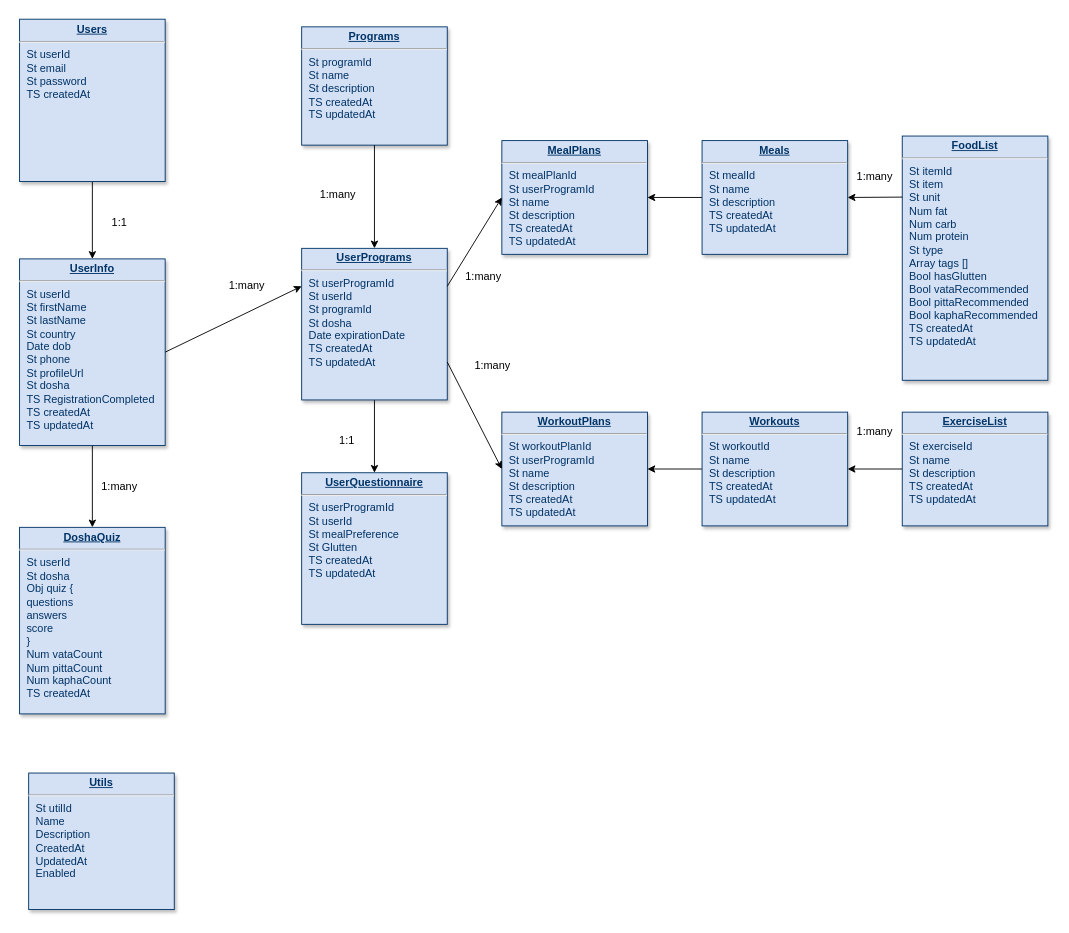
Earlier version of the draw.io diagram Prana Diagram.drawio (jhonnyoddball/mauro218). Source tidied: cells renumbered, new cells numbered last; positions are measured from the earlier drawing's top-left corner, leaving out a move shared by most shapes. Both pictures are drawn from the tidied source at 91%, with x=0, y=0 at pixel (19, 19).
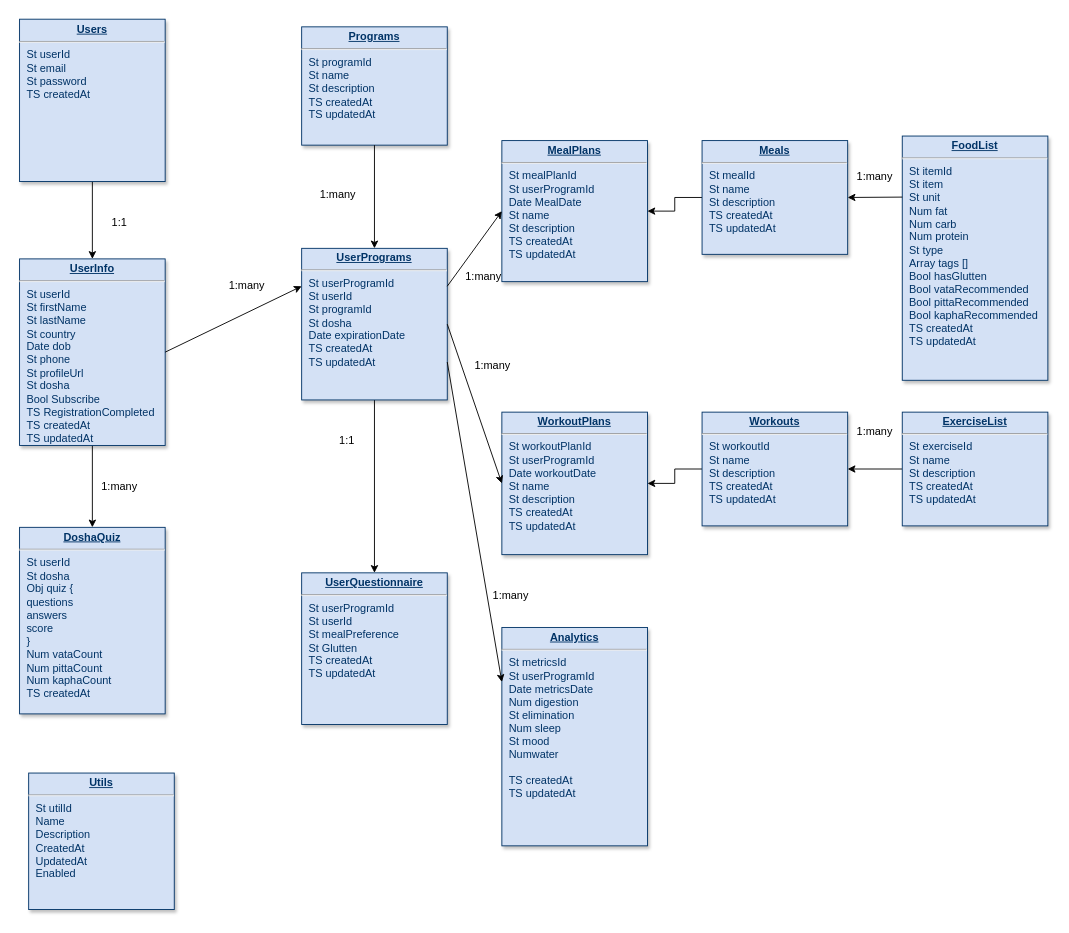
The same diagram, later.

The change refers to these unchanged cells:
```xml
<mxCell id="18" value="&lt;p style=&quot;margin: 0px ; margin-top: 4px ; text-align: center ; text-decoration: underline&quot;&gt;&lt;b&gt;UserPrograms&lt;/b&gt;&lt;/p&gt;&lt;hr&gt;&lt;p style=&quot;margin: 0px ; margin-left: 8px&quot;&gt;St userProgramId&lt;/p&gt;&lt;p style=&quot;margin: 0px ; margin-left: 8px&quot;&gt;St userId&lt;/p&gt;&lt;p style=&quot;margin: 0px ; margin-left: 8px&quot;&gt;St programId&lt;/p&gt;&lt;p style=&quot;margin: 0px ; margin-left: 8px&quot;&gt;St dosha&lt;/p&gt;&lt;p style=&quot;margin: 0px ; margin-left: 8px&quot;&gt;Date expirationDate&lt;/p&gt;&lt;p style=&quot;margin: 0px ; margin-left: 8px&quot;&gt;TS createdAt&lt;/p&gt;&lt;p style=&quot;margin: 0px ; margin-left: 8px&quot;&gt;TS updatedAt&lt;/p&gt;&lt;p style=&quot;margin: 0px ; margin-left: 8px&quot;&gt;&lt;br&gt;&lt;/p&gt;" style="verticalAlign=top;align=left;overflow=fill;fontSize=12;fontFamily=Helvetica;html=1;strokeColor=#003366;shadow=1;fillColor=#D4E1F5;fontColor=#003366;" parent="1" vertex="1">
  <mxGeometry x="310" y="251.4" width="160" height="166.6" as="geometry" />
</mxCell>
```

Diff of the diagram source:
```diff
@@
-    <mxCell id="6" value="&lt;p style=&quot;margin: 0px ; margin-top: 4px ; text-align: center ; text-decoration: underline&quot;&gt;&lt;strong&gt;UserInfo&lt;/strong&gt;&lt;/p&gt;&lt;hr&gt;&lt;p style=&quot;margin: 0px ; margin-left: 8px&quot;&gt;St userId&lt;/p&gt;&lt;p style=&quot;margin: 0px ; margin-left: 8px&quot;&gt;St firstName&lt;/p&gt;&lt;p style=&quot;margin: 0px ; margin-left: 8px&quot;&gt;St lastName&lt;/p&gt;&lt;p style=&quot;margin: 0px ; margin-left: 8px&quot;&gt;St country&lt;/p&gt;&lt;p style=&quot;margin: 0px ; margin-left: 8px&quot;&gt;Date dob&lt;/p&gt;&lt;p style=&quot;margin: 0px ; margin-left: 8px&quot;&gt;St phone&lt;/p&gt;&lt;p style=&quot;margin: 0px ; margin-left: 8px&quot;&gt;St profileUrl&lt;/p&gt;&lt;p style=&quot;margin: 0px ; margin-left: 8px&quot;&gt;St dosha&lt;/p&gt;&lt;p style=&quot;margin: 0px ; margin-left: 8px&quot;&gt;TS RegistrationCompleted&lt;/p&gt;&lt;p style=&quot;margin: 0px ; margin-left: 8px&quot;&gt;TS createdAt&lt;/p&gt;&lt;p style=&quot;margin: 0px ; margin-left: 8px&quot;&gt;TS updatedAt&lt;/p&gt;" style="verticalAlign=top;align=left;overflow=fill;fontSize=12;fontFamily=Helvetica;html=1;strokeColor=#003366;shadow=1;fillColor=#D4E1F5;fontColor=#003366;" parent="1" vertex="1">
+    <mxCell id="6" value="&lt;p style=&quot;margin: 0px ; margin-top: 4px ; text-align: center ; text-decoration: underline&quot;&gt;&lt;strong&gt;UserInfo&lt;/strong&gt;&lt;/p&gt;&lt;hr&gt;&lt;p style=&quot;margin: 0px ; margin-left: 8px&quot;&gt;St userId&lt;/p&gt;&lt;p style=&quot;margin: 0px ; margin-left: 8px&quot;&gt;St firstName&lt;/p&gt;&lt;p style=&quot;margin: 0px ; margin-left: 8px&quot;&gt;St lastName&lt;/p&gt;&lt;p style=&quot;margin: 0px ; margin-left: 8px&quot;&gt;St country&lt;/p&gt;&lt;p style=&quot;margin: 0px ; margin-left: 8px&quot;&gt;Date dob&lt;/p&gt;&lt;p style=&quot;margin: 0px ; margin-left: 8px&quot;&gt;St phone&lt;/p&gt;&lt;p style=&quot;margin: 0px ; margin-left: 8px&quot;&gt;St profileUrl&lt;/p&gt;&lt;p style=&quot;margin: 0px ; margin-left: 8px&quot;&gt;St dosha&lt;/p&gt;&lt;p style=&quot;margin: 0px ; margin-left: 8px&quot;&gt;Bool Subscribe&lt;/p&gt;&lt;p style=&quot;margin: 0px ; margin-left: 8px&quot;&gt;TS RegistrationCompleted&lt;/p&gt;&lt;p style=&quot;margin: 0px ; margin-left: 8px&quot;&gt;TS createdAt&lt;/p&gt;&lt;p style=&quot;margin: 0px ; margin-left: 8px&quot;&gt;TS updatedAt&lt;/p&gt;" style="verticalAlign=top;align=left;overflow=fill;fontSize=12;fontFamily=Helvetica;html=1;strokeColor=#003366;shadow=1;fillColor=#D4E1F5;fontColor=#003366;" parent="1" vertex="1">
       <mxGeometry y="263" width="160" height="205" as="geometry" />
     </mxCell>
@@
-    <mxCell id="13" value="&lt;p style=&quot;margin: 0px ; margin-top: 4px ; text-align: center ; text-decoration: underline&quot;&gt;&lt;b&gt;MealPlans&lt;/b&gt;&lt;/p&gt;&lt;hr&gt;&lt;p style=&quot;margin: 0px ; margin-left: 8px&quot;&gt;St mealPlanId&lt;/p&gt;&lt;p style=&quot;margin: 0px ; margin-left: 8px&quot;&gt;St userProgramId&lt;/p&gt;&lt;p style=&quot;margin: 0px ; margin-left: 8px&quot;&gt;St name&lt;/p&gt;&lt;p style=&quot;margin: 0px ; margin-left: 8px&quot;&gt;St description&lt;/p&gt;&lt;p style=&quot;margin: 0px ; margin-left: 8px&quot;&gt;TS createdAt&lt;/p&gt;&lt;p style=&quot;margin: 0px ; margin-left: 8px&quot;&gt;TS updatedAt&lt;/p&gt;&lt;p style=&quot;margin: 0px ; margin-left: 8px&quot;&gt;&lt;br&gt;&lt;/p&gt;" style="verticalAlign=top;align=left;overflow=fill;fontSize=12;fontFamily=Helvetica;html=1;strokeColor=#003366;shadow=1;fillColor=#D4E1F5;fontColor=#003366;" parent="1" vertex="1">
-      <mxGeometry x="530" y="133" width="160" height="125" as="geometry" />
+    <mxCell id="13" value="&lt;p style=&quot;margin: 0px ; margin-top: 4px ; text-align: center ; text-decoration: underline&quot;&gt;&lt;b&gt;MealPlans&lt;/b&gt;&lt;/p&gt;&lt;hr&gt;&lt;p style=&quot;margin: 0px ; margin-left: 8px&quot;&gt;St mealPlanId&lt;/p&gt;&lt;p style=&quot;margin: 0px ; margin-left: 8px&quot;&gt;St userProgramId&lt;/p&gt;&lt;p style=&quot;margin: 0px ; margin-left: 8px&quot;&gt;Date MealDate&lt;/p&gt;&lt;p style=&quot;margin: 0px ; margin-left: 8px&quot;&gt;St name&lt;/p&gt;&lt;p style=&quot;margin: 0px ; margin-left: 8px&quot;&gt;St description&lt;/p&gt;&lt;p style=&quot;margin: 0px ; margin-left: 8px&quot;&gt;TS createdAt&lt;/p&gt;&lt;p style=&quot;margin: 0px ; margin-left: 8px&quot;&gt;TS updatedAt&lt;/p&gt;&lt;p style=&quot;margin: 0px ; margin-left: 8px&quot;&gt;&lt;br&gt;&lt;/p&gt;" style="verticalAlign=top;align=left;overflow=fill;fontSize=12;fontFamily=Helvetica;html=1;strokeColor=#003366;shadow=1;fillColor=#D4E1F5;fontColor=#003366;" parent="1" vertex="1">
+      <mxGeometry x="530" y="133" width="160" height="155" as="geometry" />
     </mxCell>
@@
-    <mxCell id="21" value="&lt;p style=&quot;margin: 0px ; margin-top: 4px ; text-align: center ; text-decoration: underline&quot;&gt;&lt;b&gt;WorkoutPlans&lt;/b&gt;&lt;/p&gt;&lt;hr&gt;&lt;p style=&quot;margin: 0px ; margin-left: 8px&quot;&gt;St workoutPlanId&lt;/p&gt;&lt;p style=&quot;margin: 0px ; margin-left: 8px&quot;&gt;St userProgramId&lt;/p&gt;&lt;p style=&quot;margin: 0px ; margin-left: 8px&quot;&gt;St name&lt;/p&gt;&lt;p style=&quot;margin: 0px ; margin-left: 8px&quot;&gt;St description&lt;/p&gt;&lt;p style=&quot;margin: 0px ; margin-left: 8px&quot;&gt;TS createdAt&lt;/p&gt;&lt;p style=&quot;margin: 0px ; margin-left: 8px&quot;&gt;TS updatedAt&lt;/p&gt;&lt;p style=&quot;margin: 0px ; margin-left: 8px&quot;&gt;&lt;br&gt;&lt;/p&gt;" style="verticalAlign=top;align=left;overflow=fill;fontSize=12;fontFamily=Helvetica;html=1;strokeColor=#003366;shadow=1;fillColor=#D4E1F5;fontColor=#003366;" parent="1" vertex="1">
-      <mxGeometry x="530" y="431.4" width="160" height="125" as="geometry" />
+    <mxCell id="21" value="&lt;p style=&quot;margin: 0px ; margin-top: 4px ; text-align: center ; text-decoration: underline&quot;&gt;&lt;b&gt;WorkoutPlans&lt;/b&gt;&lt;/p&gt;&lt;hr&gt;&lt;p style=&quot;margin: 0px ; margin-left: 8px&quot;&gt;St workoutPlanId&lt;/p&gt;&lt;p style=&quot;margin: 0px ; margin-left: 8px&quot;&gt;St userProgramId&lt;/p&gt;&lt;p style=&quot;margin: 0px ; margin-left: 8px&quot;&gt;Date workoutDate&lt;/p&gt;&lt;p style=&quot;margin: 0px ; margin-left: 8px&quot;&gt;St name&lt;/p&gt;&lt;p style=&quot;margin: 0px ; margin-left: 8px&quot;&gt;St description&lt;/p&gt;&lt;p style=&quot;margin: 0px ; margin-left: 8px&quot;&gt;TS createdAt&lt;/p&gt;&lt;p style=&quot;margin: 0px ; margin-left: 8px&quot;&gt;TS updatedAt&lt;/p&gt;&lt;p style=&quot;margin: 0px ; margin-left: 8px&quot;&gt;&lt;br&gt;&lt;/p&gt;" style="verticalAlign=top;align=left;overflow=fill;fontSize=12;fontFamily=Helvetica;html=1;strokeColor=#003366;shadow=1;fillColor=#D4E1F5;fontColor=#003366;" parent="1" vertex="1">
+      <mxGeometry x="530" y="431.4" width="160" height="156.6" as="geometry" />
     </mxCell>
@@
-    <mxCell id="23" style="endArrow=classic;html=1;rounded=0;exitX=1;exitY=0.75;exitDx=0;exitDy=0;entryX=0;entryY=0.5;entryDx=0;entryDy=0;" parent="1" edge="1" source="18" target="21">
+    <mxCell id="23" style="endArrow=classic;html=1;rounded=0;entryX=0;entryY=0.5;entryDx=0;entryDy=0;exitX=1;exitY=0.5;exitDx=0;exitDy=0;" parent="1" edge="1" source="18" target="21">
       <mxGeometry relative="1" as="geometry" />
     </mxCell>
@@
     <mxCell id="25" value="&lt;p style=&quot;margin: 0px ; margin-top: 4px ; text-align: center ; text-decoration: underline&quot;&gt;&lt;b&gt;UserQuestionnaire&lt;/b&gt;&lt;/p&gt;&lt;hr&gt;&lt;p style=&quot;margin: 0px ; margin-left: 8px&quot;&gt;St userProgramId&lt;/p&gt;&lt;p style=&quot;margin: 0px ; margin-left: 8px&quot;&gt;St userId&lt;/p&gt;&lt;p style=&quot;margin: 0px ; margin-left: 8px&quot;&gt;St mealPreference&lt;/p&gt;&lt;p style=&quot;margin: 0px ; margin-left: 8px&quot;&gt;St Glutten&lt;/p&gt;&lt;p style=&quot;margin: 0px ; margin-left: 8px&quot;&gt;TS createdAt&lt;/p&gt;&lt;p style=&quot;margin: 0px ; margin-left: 8px&quot;&gt;TS updatedAt&lt;/p&gt;&lt;p style=&quot;margin: 0px ; margin-left: 8px&quot;&gt;&lt;br&gt;&lt;/p&gt;" style="verticalAlign=top;align=left;overflow=fill;fontSize=12;fontFamily=Helvetica;html=1;strokeColor=#003366;shadow=1;fillColor=#D4E1F5;fontColor=#003366;" parent="1" vertex="1">
-      <mxGeometry x="310" y="498" width="160" height="166.6" as="geometry" />
+      <mxGeometry x="310" y="608" width="160" height="166.6" as="geometry" />
     </mxCell>
@@
+    <mxCell id="35" value="&lt;p style=&quot;margin: 0px ; margin-top: 4px ; text-align: center ; text-decoration: underline&quot;&gt;&lt;strong&gt;Analytics&lt;/strong&gt;&lt;/p&gt;&lt;hr&gt;&lt;p style=&quot;margin: 0px ; margin-left: 8px&quot;&gt;St metricsId&lt;/p&gt;&lt;p style=&quot;margin: 0px ; margin-left: 8px&quot;&gt;St userProgramId&lt;/p&gt;&lt;p style=&quot;margin: 0px ; margin-left: 8px&quot;&gt;Date metricsDate&lt;/p&gt;&lt;p style=&quot;margin: 0px ; margin-left: 8px&quot;&gt;Num digestion&lt;/p&gt;&lt;p style=&quot;margin: 0px ; margin-left: 8px&quot;&gt;St elimination&lt;/p&gt;&lt;p style=&quot;margin: 0px ; margin-left: 8px&quot;&gt;Num sleep&lt;/p&gt;&lt;p style=&quot;margin: 0px ; margin-left: 8px&quot;&gt;St mood&lt;/p&gt;&lt;p style=&quot;margin: 0px ; margin-left: 8px&quot;&gt;Numwater&amp;nbsp;&lt;/p&gt;&lt;p style=&quot;margin: 0px ; margin-left: 8px&quot;&gt;&lt;br&gt;&lt;/p&gt;&lt;p style=&quot;margin: 0px ; margin-left: 8px&quot;&gt;TS createdAt&lt;/p&gt;&lt;p style=&quot;margin: 0px ; margin-left: 8px&quot;&gt;TS updatedAt&lt;/p&gt;&lt;p style=&quot;margin: 0px ; margin-left: 8px&quot;&gt;&lt;br&gt;&lt;/p&gt;" style="verticalAlign=top;align=left;overflow=fill;fontSize=12;fontFamily=Helvetica;html=1;strokeColor=#003366;shadow=1;fillColor=#D4E1F5;fontColor=#003366;" parent="1" vertex="1">
+      <mxGeometry x="530" y="668" width="160" height="240" as="geometry" />
+    </mxCell>
+    <mxCell id="36" style="endArrow=classic;html=1;rounded=0;entryX=0;entryY=0.25;entryDx=0;entryDy=0;exitX=1;exitY=0.75;exitDx=0;exitDy=0;" parent="1" edge="1" source="18" target="35">
+      <mxGeometry relative="1" as="geometry" />
+    </mxCell>
+    <mxCell id="37" value="1:many" style="text;html=1;strokeColor=none;fillColor=none;align=center;verticalAlign=middle;whiteSpace=wrap;rounded=0;" parent="1" vertex="1">
+      <mxGeometry x="510" y="618" width="60" height="30" as="geometry" />
+    </mxCell>
```
